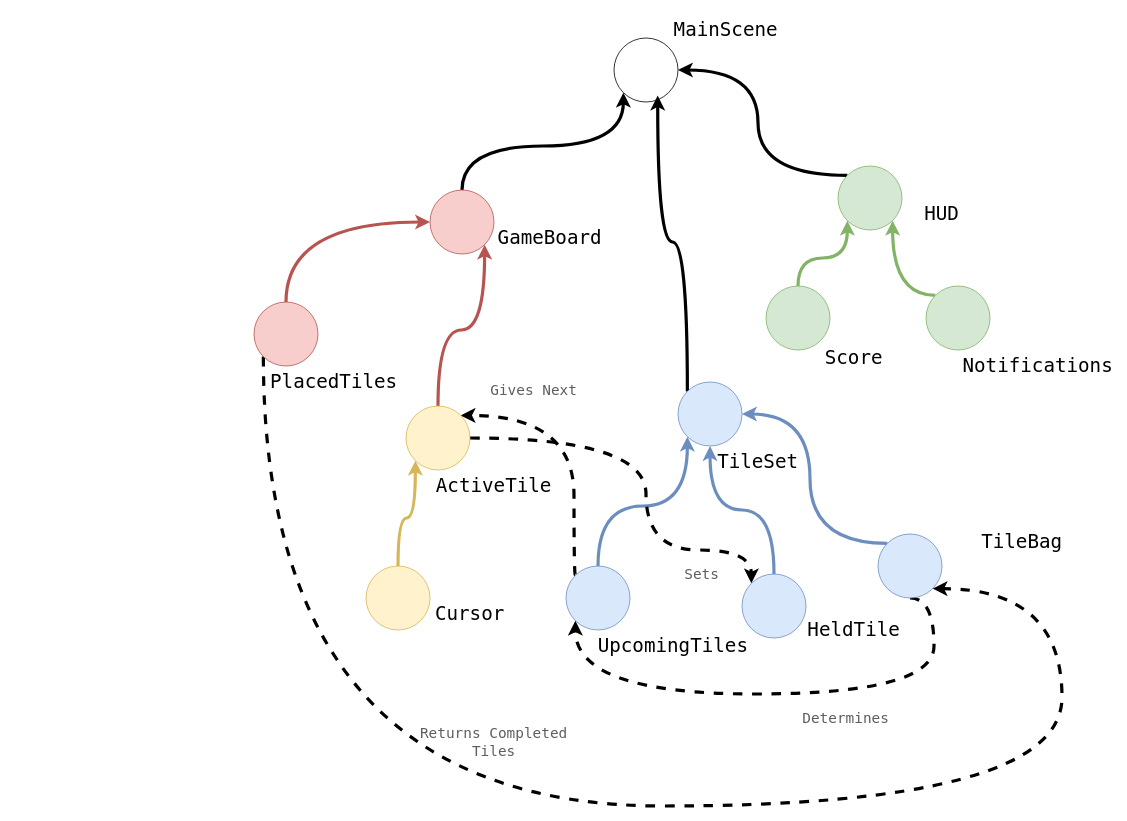
Above: knotris_node_architecture.drawio in Izook/knotris (draw.io), before the change. Source tidied: cells renumbered, new cells numbered last; positions are measured from the earlier drawing's top-left corner, leaving out a move shared by most shapes. Both pictures are drawn from the tidied source at 80%, with x=0, y=0 at pixel (254, 14).
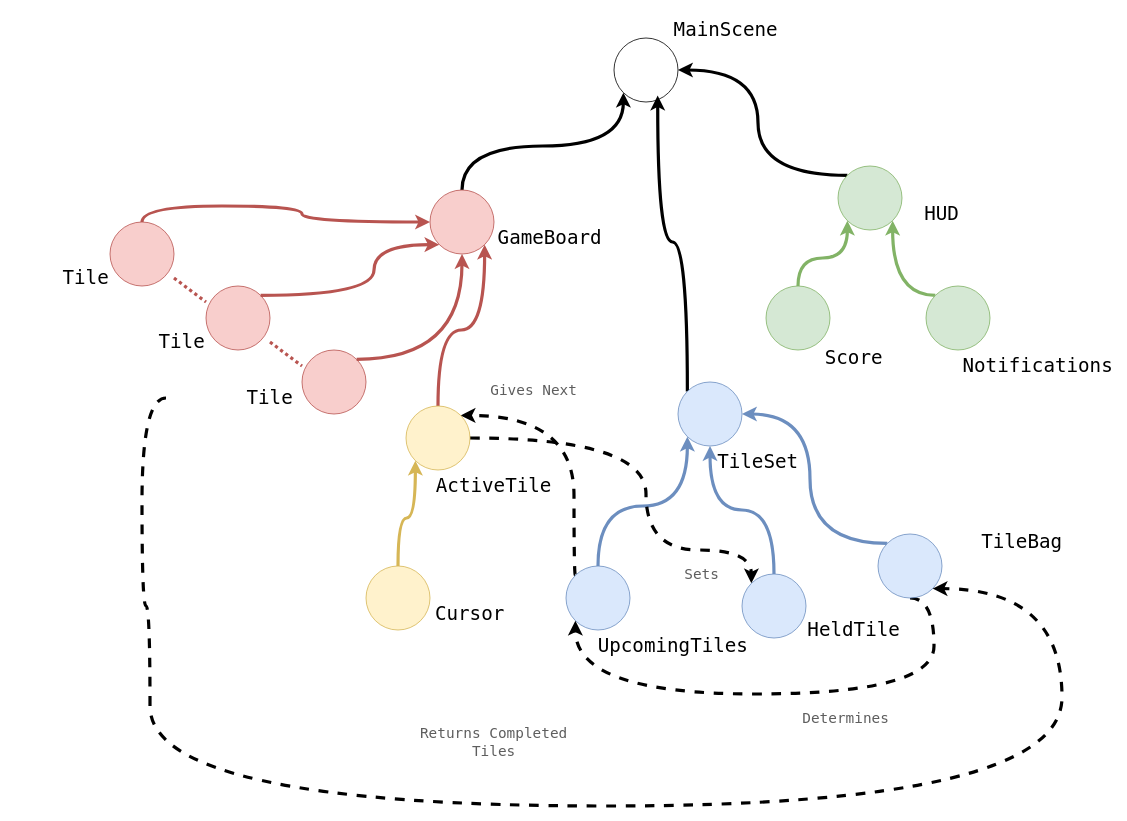
The same diagram, later.

Unchanged cells that the change refers to:
```xml
<mxCell id="4" style="ellipse;whiteSpace=wrap;html=1;fillColor=#f8cecc;strokeColor=#b85450;" parent="1" vertex="1">
  <mxGeometry x="220" y="220" width="80" height="80" as="geometry" />
</mxCell>
<mxCell id="21" style="ellipse;whiteSpace=wrap;html=1;fillColor=#dae8fc;strokeColor=#6c8ebf;" parent="1" vertex="1">
  <mxGeometry x="780" y="650" width="80" height="80" as="geometry" />
</mxCell>
```

Diff of the diagram source:
```diff
@@
-    <mxCell id="23" style="edgeStyle=orthogonalEdgeStyle;curved=1;rounded=0;jettySize=auto;html=1;exitX=0;exitY=1;exitDx=0;exitDy=0;entryX=1;entryY=1;entryDx=0;entryDy=0;dashed=1;strokeWidth=4;" parent="1" edge="1" source="24" target="21">
+    <mxCell id="23" style="edgeStyle=orthogonalEdgeStyle;curved=1;rounded=0;jettySize=auto;html=1;entryX=1;entryY=1;entryDx=0;entryDy=0;dashed=1;strokeWidth=4;" parent="1" edge="1" target="21">
       <mxGeometry relative="1" as="geometry">
+        <mxPoint x="-110" y="480" as="sourcePoint" />
         <Array as="points">
-          <mxPoint x="12" y="990" />
+          <mxPoint x="-140" y="740" />
+          <mxPoint x="-130" y="740" />
+          <mxPoint x="-130" y="990" />
           <mxPoint x="1010" y="990" />
           <mxPoint x="1010" y="718" />
         </Array>
       </mxGeometry>
     </mxCell>
     <mxCell id="24" style="ellipse;whiteSpace=wrap;html=1;fillColor=#f8cecc;strokeColor=#b85450;" parent="1" vertex="1">
-      <mxGeometry y="360" width="80" height="80" as="geometry" />
+      <mxGeometry x="-180" y="260" width="80" height="80" as="geometry" />
     </mxCell>
@@
-    <mxCell id="38" value="&lt;font style=&quot;font-size: 24px&quot; face=&quot;Lucida Console&quot;&gt;PlacedTiles&lt;br&gt;&lt;/font&gt;" style="text;html=1;strokeColor=none;fillColor=none;align=center;verticalAlign=middle;whiteSpace=wrap;rounded=0;" parent="1" vertex="1">
-      <mxGeometry x="10" y="440" width="180" height="40" as="geometry" />
+    <mxCell id="38" value="&lt;font style=&quot;font-size: 24px&quot; face=&quot;Lucida Console&quot;&gt;Tile&lt;br&gt;&lt;/font&gt;" style="text;html=1;strokeColor=none;fillColor=none;align=center;verticalAlign=middle;whiteSpace=wrap;rounded=0;" parent="1" vertex="1">
+      <mxGeometry x="-300" y="310" width="180" height="40" as="geometry" />
     </mxCell>
@@
+    <mxCell id="45" style="ellipse;whiteSpace=wrap;html=1;fillColor=#f8cecc;strokeColor=#b85450;" parent="1" vertex="1">
+      <mxGeometry x="-60" y="340" width="80" height="80" as="geometry" />
+    </mxCell>
+    <mxCell id="46" style="ellipse;whiteSpace=wrap;html=1;fillColor=#f8cecc;strokeColor=#b85450;" parent="1" vertex="1">
+      <mxGeometry x="60" y="420" width="80" height="80" as="geometry" />
+    </mxCell>
+    <mxCell id="47" value="&lt;font style=&quot;font-size: 24px&quot; face=&quot;Lucida Console&quot;&gt;Tile&lt;br&gt;&lt;/font&gt;" style="text;html=1;strokeColor=none;fillColor=none;align=center;verticalAlign=middle;whiteSpace=wrap;rounded=0;" parent="1" vertex="1">
+      <mxGeometry x="-180" y="390" width="180" height="40" as="geometry" />
+    </mxCell>
+    <mxCell id="48" value="&lt;font style=&quot;font-size: 24px&quot; face=&quot;Lucida Console&quot;&gt;Tile&lt;br&gt;&lt;/font&gt;" style="text;html=1;strokeColor=none;fillColor=none;align=center;verticalAlign=middle;whiteSpace=wrap;rounded=0;" parent="1" vertex="1">
+      <mxGeometry x="-70" y="460" width="180" height="40" as="geometry" />
+    </mxCell>
+    <mxCell id="49" style="edgeStyle=orthogonalEdgeStyle;curved=1;rounded=0;jettySize=auto;html=1;exitX=1;exitY=0;exitDx=0;exitDy=0;strokeWidth=4;fillColor=#f8cecc;strokeColor=#b85450;entryX=0;entryY=1;entryDx=0;entryDy=0;" parent="1" edge="1" source="45" target="4">
+      <mxGeometry relative="1" as="geometry">
+        <Array as="points">
+          <mxPoint x="150" y="352" />
+          <mxPoint x="150" y="288" />
+        </Array>
+      </mxGeometry>
+    </mxCell>
+    <mxCell id="50" style="edgeStyle=orthogonalEdgeStyle;curved=1;rounded=0;jettySize=auto;html=1;exitX=1;exitY=0;exitDx=0;exitDy=0;strokeWidth=4;fillColor=#f8cecc;strokeColor=#b85450;entryX=0.5;entryY=1;entryDx=0;entryDy=0;" parent="1" edge="1" source="46" target="4">
+      <mxGeometry relative="1" as="geometry" />
+    </mxCell>
+    <mxCell id="51" style="endArrow=none;dashed=1;html=1;strokeWidth=4;dashPattern=1 1;fillColor=#f8cecc;strokeColor=#b85450;" parent="1" edge="1">
+      <mxGeometry relative="1" as="geometry">
+        <mxPoint x="20" y="410" as="sourcePoint" />
+        <mxPoint x="60" y="440" as="targetPoint" />
+      </mxGeometry>
+    </mxCell>
+    <mxCell id="52" style="endArrow=none;dashed=1;html=1;strokeWidth=4;dashPattern=1 1;fillColor=#f8cecc;strokeColor=#b85450;" parent="1" edge="1">
+      <mxGeometry relative="1" as="geometry">
+        <mxPoint x="-100" y="330" as="sourcePoint" />
+        <mxPoint x="-60" y="360" as="targetPoint" />
+      </mxGeometry>
+    </mxCell>
```
